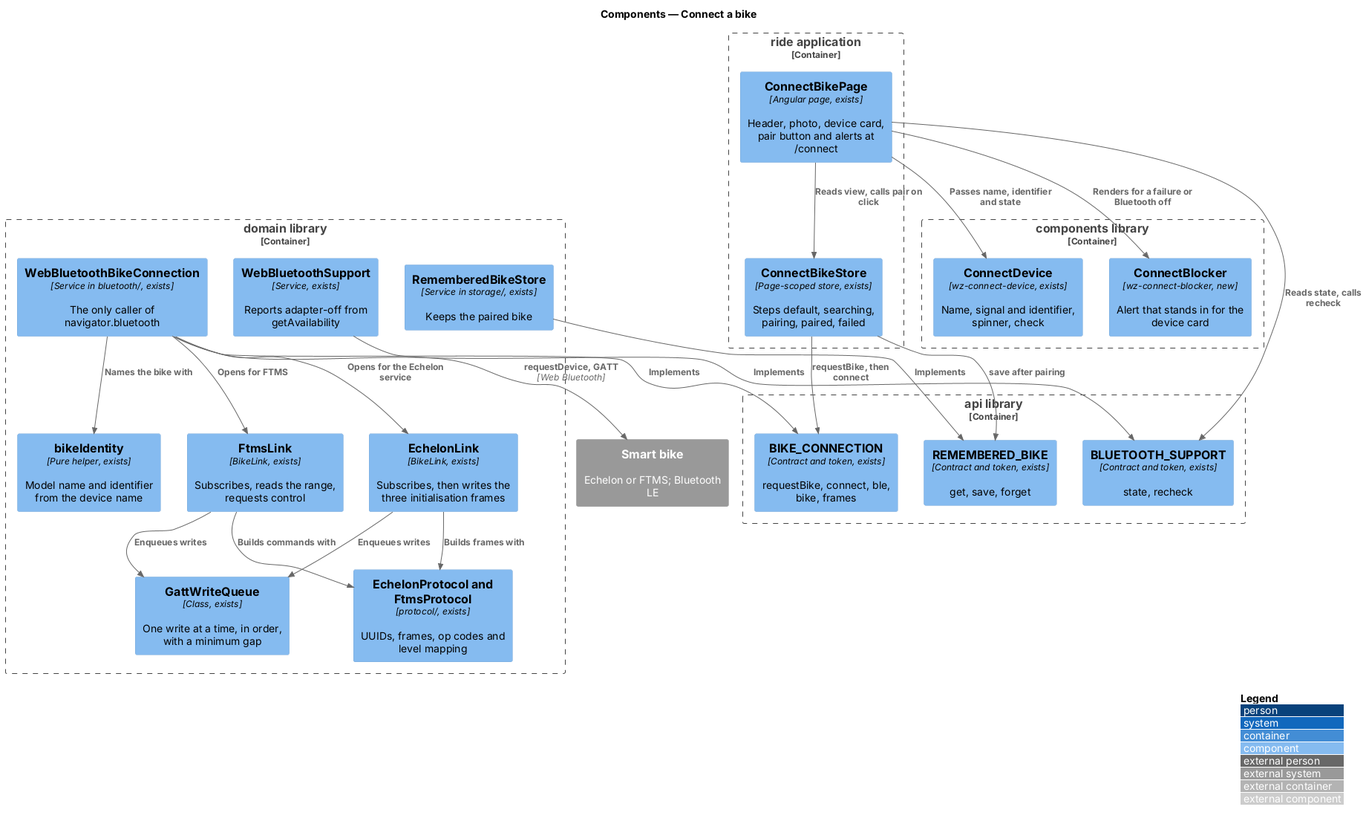
This is docs/detailed-designs/bike/connect-a-bike/diagrams/c4-component.png from QuinntyneBrown/ride-one, a PlantUML export, as it was before one commit.
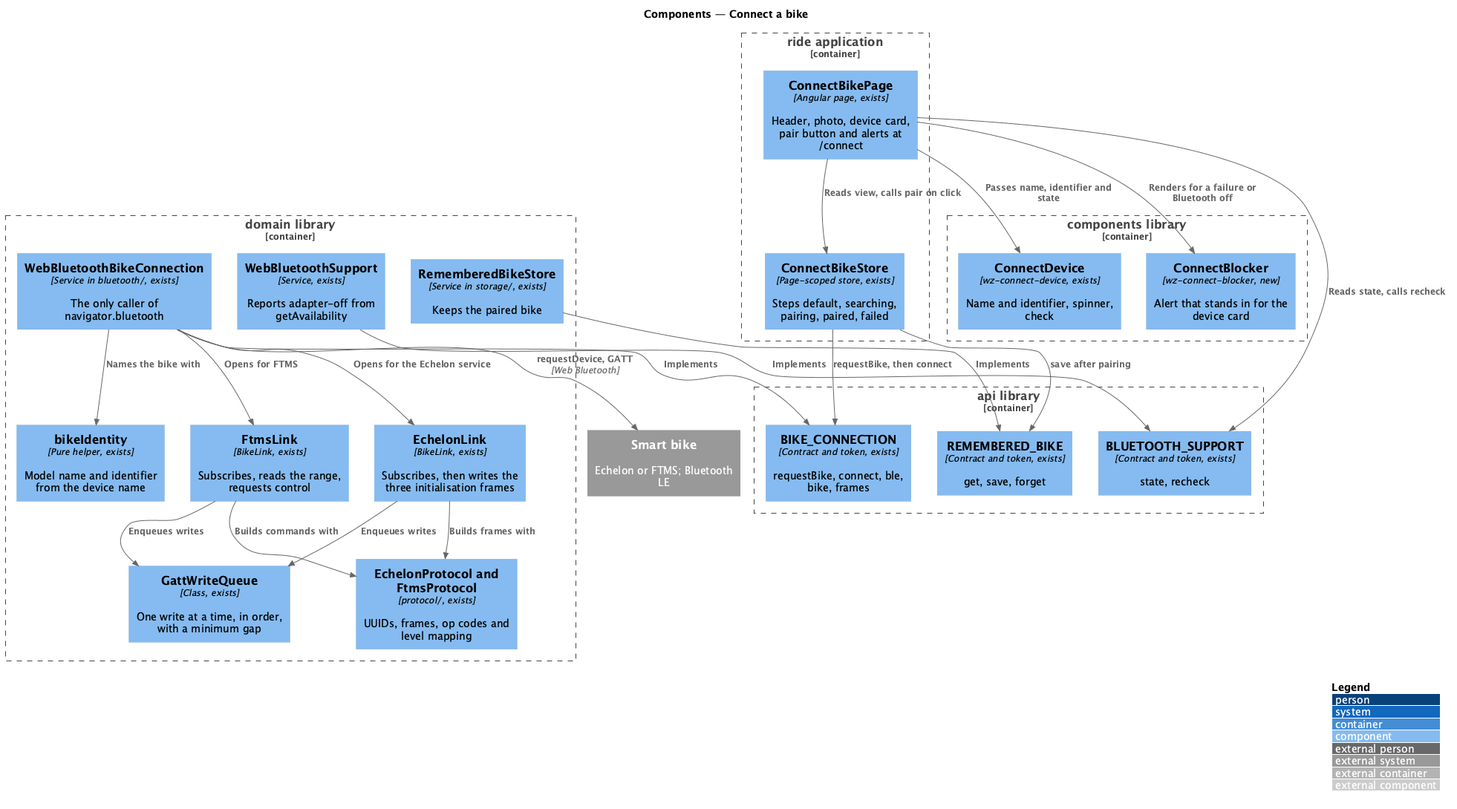
The same diagram one commit later.

Change to the diagram source:
```diff
@@ -9,7 +9,7 @@
   Component(store, "ConnectBikeStore", "Page-scoped store, exists", "Steps default, searching, pairing, paired, failed")
 }
 Container_Boundary(components, "components library") {
-  Component(device, "ConnectDevice", "wz-connect-device, exists", "Name, signal and identifier, spinner, check")
+  Component(device, "ConnectDevice", "wz-connect-device, exists", "Name and identifier, spinner, check")
   Component(blocker, "ConnectBlocker", "wz-connect-blocker, new", "Alert that stands in for the device card")
 }
 Container_Boundary(domain, "domain library") {
```
